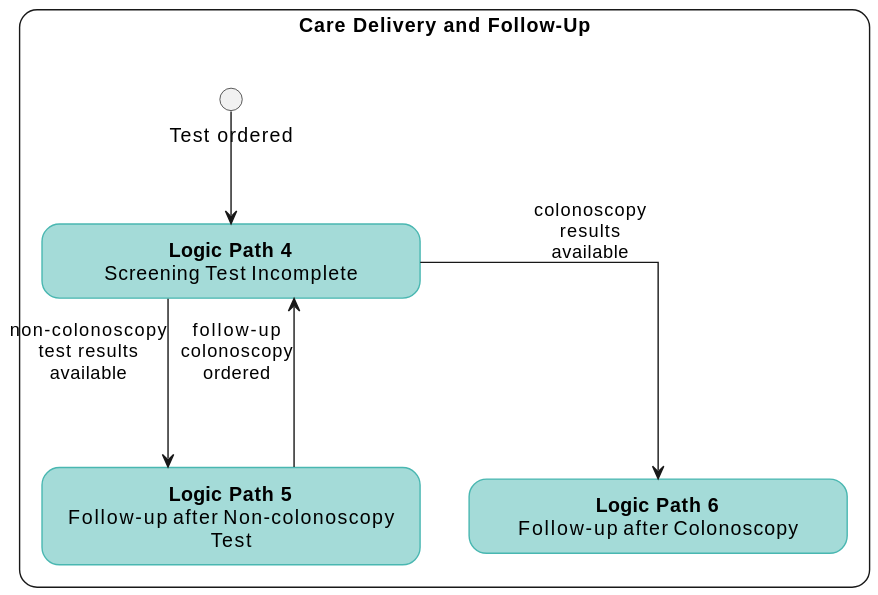
Earlier version of the PlantUML export images/flow-HighLevelDeliveryFollowUp.svg (ccsm-cds-tools/CDC-Colorectal-Cancer-Screening-CDS-L2).
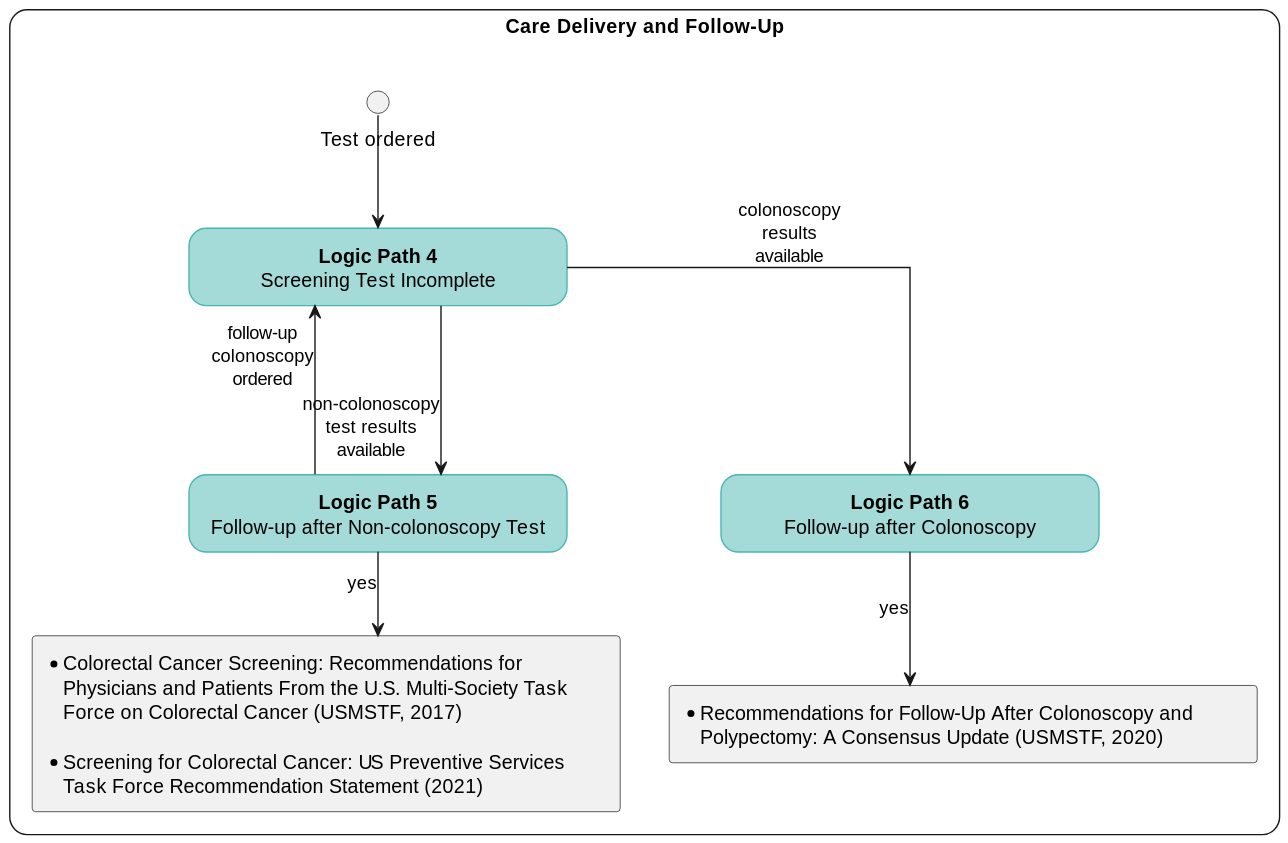
After the change.

Diff of the diagram source:
```diff
@@ -32,11 +32,16 @@
 rectangle "**Care Delivery and Follow-Up**" <<main>> as followup {
     rectangle "**Logic Path 4**\nScreening Test Incomplete" <<roundbox>> as path_screen
     rectangle "**Logic Path 5**\nFollow-up after Non-colonoscopy Test" <<roundbox>> as path_followup
+        rectangle "*Colorectal Cancer Screening: Recommendations for Physicians and Patients From the U.S. Multi-Society Task Force on Colorectal Cancer (USMSTF, 2017)\n\n* Screening for Colorectal Cancer: US Preventive Services Task Force Recommendation Statement (2021)" <<citation>> as ref_nonColonoscopyFollowup
     rectangle "**Logic Path 6**\nFollow-up after Colonoscopy"<<roundbox>> as path_followup_col
-    circle "Test ordered" as start
-    start-->path_screen
+        rectangle "*Recommendations for Follow-Up After Colonoscopy and Polypectomy: A Consensus Update (USMSTF, 2020)" <<citation>> as ref_colonoscopyFollowup
+    circle "Test ordered" as start_path
+
+    start_path--> path_screen
     path_screen--->path_followup: "non-colonoscopy\ntest results\navailable"
-    path_followup-->path_screen: "follow-up\ncolonoscopy\nordered"
+    path_followup--->path_screen: "follow-up\ncolonoscopy\nordered"
+    path_followup -d-> ref_nonColonoscopyFollowup : yes
     path_screen--->path_followup_col: "colonoscopy\nresults\navailable"
+    path_followup_col -d-> ref_colonoscopyFollowup : yes
 }
 @enduml
```
